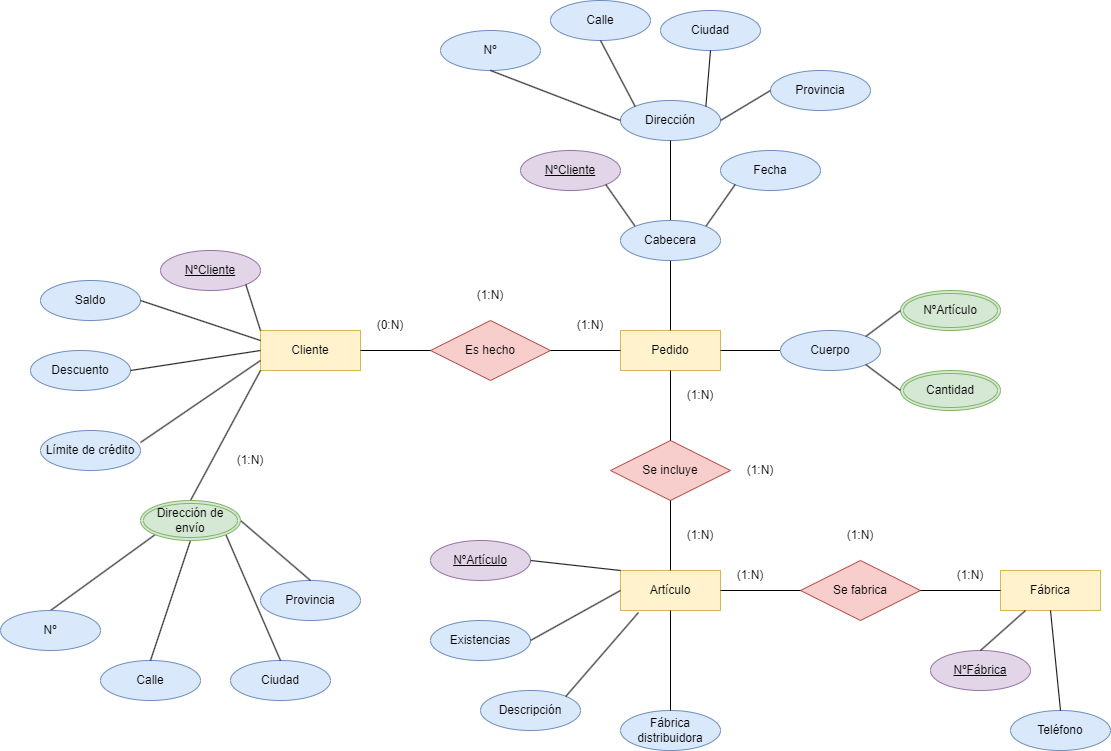
The draw.io diagram IMG/Sistema de artículos - Encargo.drawio.png in samugd17/base-datos-bae-, before a commit. Source tidied: cells renumbered, new cells last; positions are measured from the earlier drawing's top-left corner, leaving out a move shared by most shapes.
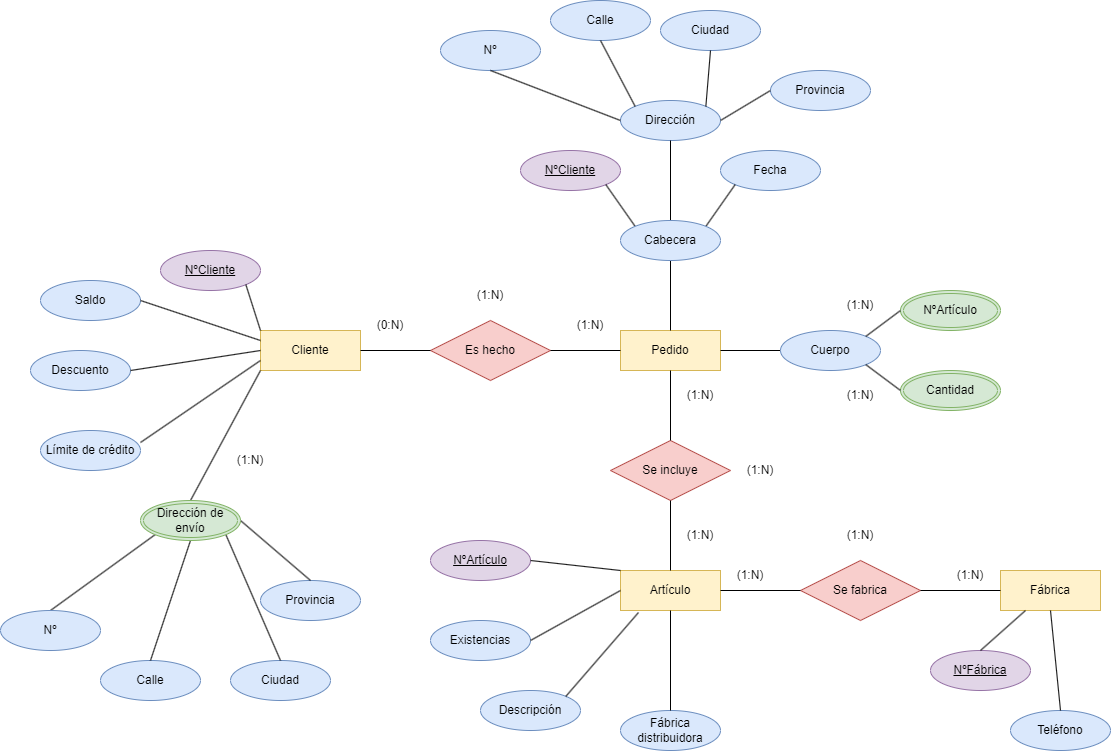
Later version of the same file.

The edit, as a diff of the source:
```diff
@@ -227,5 +227,11 @@
     <mxCell id="76" style="endArrow=none;html=1;rounded=0;exitX=0;exitY=0.5;exitDx=0;exitDy=0;entryX=1;entryY=0;entryDx=0;entryDy=0;" parent="1" edge="1" source="73" target="71">
       <mxGeometry relative="1" as="geometry" />
     </mxCell>
+    <mxCell id="77" value="(1:N)" style="text;html=1;strokeColor=none;fillColor=none;align=center;verticalAlign=middle;whiteSpace=wrap;rounded=0;" parent="1" vertex="1">
+      <mxGeometry x="830" y="290" width="60" height="30" as="geometry" />
+    </mxCell>
+    <mxCell id="78" value="(1:N)" style="text;html=1;strokeColor=none;fillColor=none;align=center;verticalAlign=middle;whiteSpace=wrap;rounded=0;" parent="1" vertex="1">
+      <mxGeometry x="830" y="380" width="60" height="30" as="geometry" />
+    </mxCell>
   </root>
 </mxGraphModel>
```
